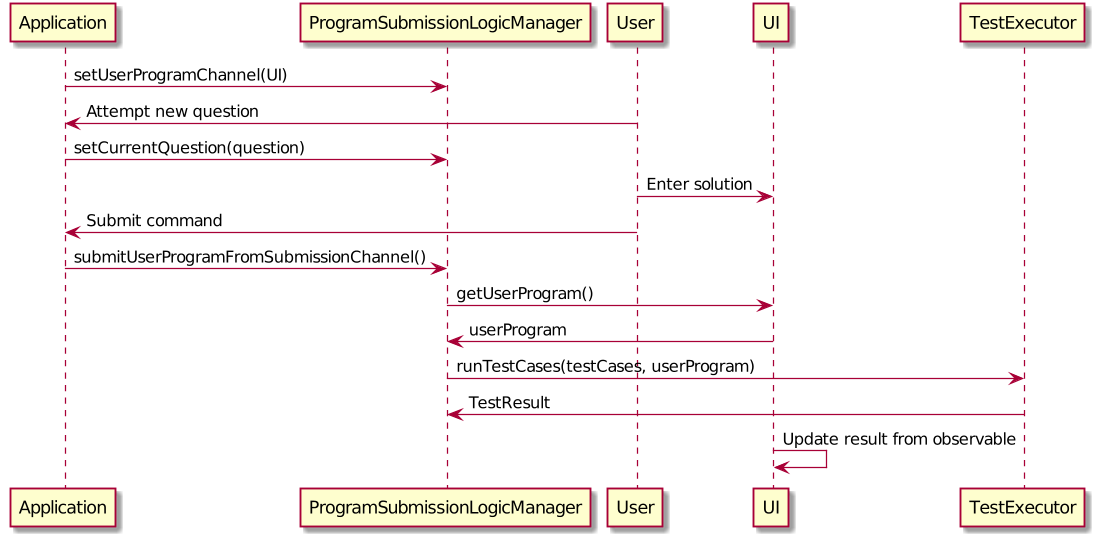
This is docs/images/developerguide/ProgramSubmissionSequence.png from nus-cs2103-AY1920S1/addressbook-level3, a PlantUML export, as it was before one commit.
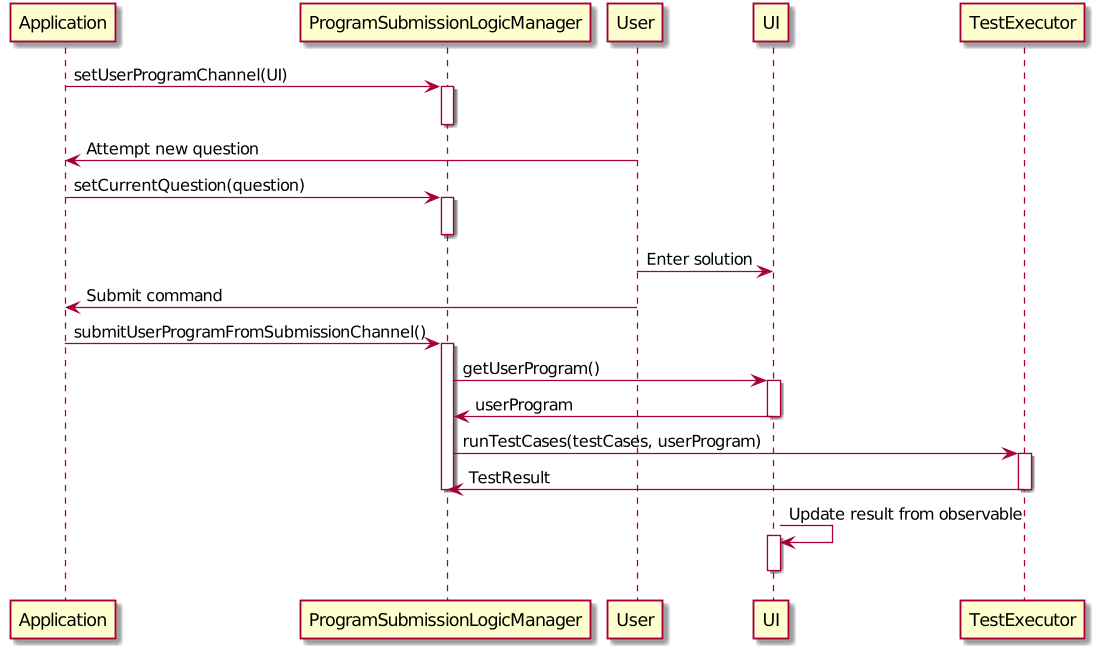
After the commit.

Commit message:
Added activation bars to sequence diagrams

What changed in the source:
```diff
@@ -1,13 +1,25 @@
 @startuml
 Application -> ProgramSubmissionLogicManager: setUserProgramChannel(UI)
+activate ProgramSubmissionLogicManager
+deactivate ProgramSubmissionLogicManager
 User -> Application: Attempt new question
 Application -> ProgramSubmissionLogicManager: setCurrentQuestion(question)
+activate ProgramSubmissionLogicManager
+deactivate ProgramSubmissionLogicManager
 User -> UI: Enter solution
 User -> Application: Submit command
 Application -> ProgramSubmissionLogicManager: submitUserProgramFromSubmissionChannel()
+activate ProgramSubmissionLogicManager
 ProgramSubmissionLogicManager -> UI: getUserProgram()
+activate UI
 UI -> ProgramSubmissionLogicManager: userProgram
+deactivate UI
 ProgramSubmissionLogicManager -> TestExecutor: runTestCases(testCases, userProgram)
+activate TestExecutor
 TestExecutor -> ProgramSubmissionLogicManager: TestResult
+deactivate TestExecutor
+deactivate ProgramSubmissionLogicManager
 UI -> UI: Update result from observable
+activate UI
+deactivate UI
 @enduml
```
